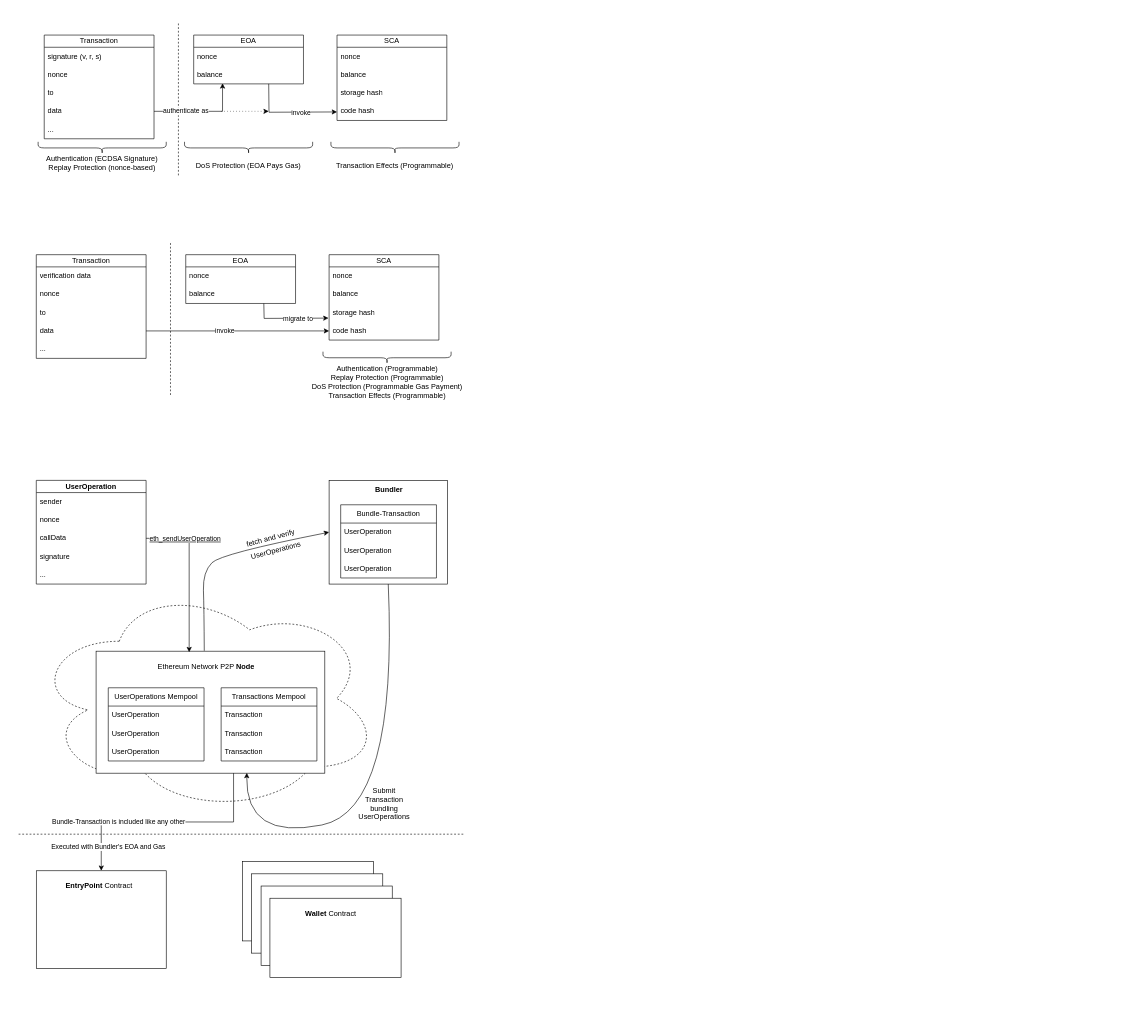
Before: docs/pages/posts/2025/10/22/diagrams.drawio in VentralDigital/website, a draw.io diagram. Source tidied: cells renumbered, new cells numbered last; positions are measured from the earlier drawing's top-left corner, leaving out a move shared by most shapes. Both pictures are drawn from the tidied source at 61%, with x=0, y=0 at pixel (10, 10).
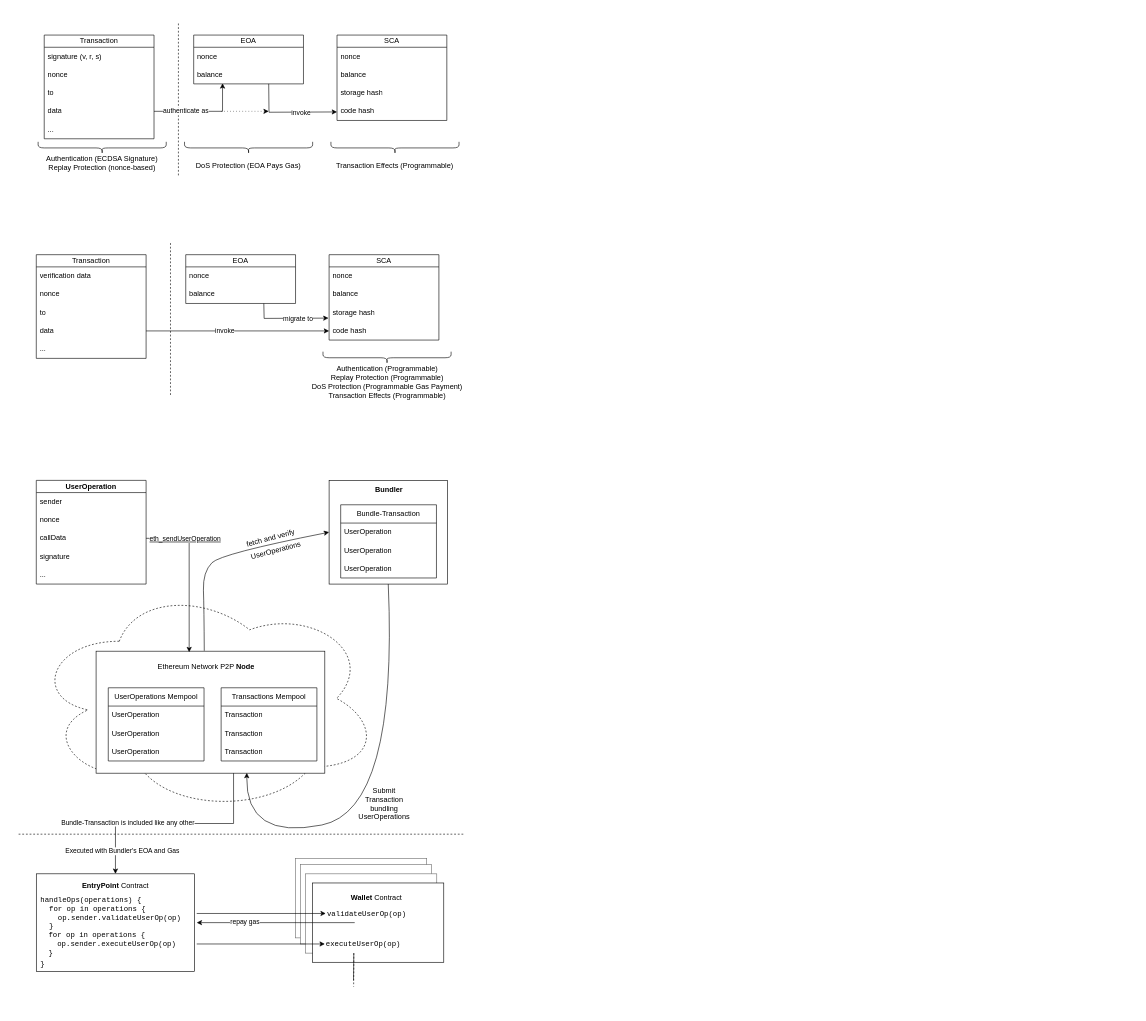
The same page after the edit.

What changed in the source:
```diff
@@
+    <mxCell id="7" style="rounded=0;whiteSpace=wrap;html=1;strokeColor=none;" parent="1" vertex="1">
+      <mxGeometry y="740" width="760" height="900" as="geometry" />
+    </mxCell>
@@
-    <mxCell id="7" style="rounded=0;whiteSpace=wrap;html=1;strokeColor=none;" parent="1" vertex="1">
-      <mxGeometry x="1085" y="640" width="760" height="690" as="geometry" />
-    </mxCell>
@@
     <mxCell id="86" style="rounded=0;whiteSpace=wrap;html=1;" parent="1" vertex="1">
-      <mxGeometry x="42" y="1410" width="213" height="160" as="geometry" />
+      <mxGeometry x="42" y="1415" width="259.5" height="160" as="geometry" />
     </mxCell>
     <mxCell id="87" value="&lt;b&gt;EntryPoint&lt;/b&gt; Contract" style="text;html=1;whiteSpace=wrap;strokeColor=none;fillColor=none;align=center;verticalAlign=middle;rounded=0;" parent="1" vertex="1">
-      <mxGeometry x="85" y="1420" width="120" height="30" as="geometry" />
+      <mxGeometry x="111.8" y="1420" width="120" height="30" as="geometry" />
     </mxCell>
-    <mxCell id="88" style="rounded=0;whiteSpace=wrap;html=1;" parent="1" vertex="1">
-      <mxGeometry x="380" y="1395" width="215" height="130" as="geometry" />
+    <mxCell id="88" style="rounded=0;whiteSpace=wrap;html=1;strokeColor=#6E6E6E;" parent="1" vertex="1">
+      <mxGeometry x="467" y="1390" width="215" height="130" as="geometry" />
     </mxCell>
-    <mxCell id="89" style="rounded=0;whiteSpace=wrap;html=1;" parent="1" vertex="1">
-      <mxGeometry x="395" y="1415" width="215" height="130" as="geometry" />
+    <mxCell id="89" style="rounded=0;whiteSpace=wrap;html=1;strokeColor=#6E6E6E;" parent="1" vertex="1">
+      <mxGeometry x="475" y="1400" width="215" height="130" as="geometry" />
     </mxCell>
-    <mxCell id="90" style="rounded=0;whiteSpace=wrap;html=1;" parent="1" vertex="1">
-      <mxGeometry x="410.5" y="1435" width="215" height="130" as="geometry" />
+    <mxCell id="90" style="rounded=0;whiteSpace=wrap;html=1;strokeColor=#6E6E6E;" parent="1" vertex="1">
+      <mxGeometry x="483.5" y="1415" width="215" height="130" as="geometry" />
     </mxCell>
     <mxCell id="91" style="rounded=0;whiteSpace=wrap;html=1;" parent="1" vertex="1">
-      <mxGeometry x="425" y="1455" width="215" height="130" as="geometry" />
+      <mxGeometry x="495" y="1430" width="215" height="130" as="geometry" />
     </mxCell>
     <mxCell id="92" value="&lt;b&gt;Wallet&lt;/b&gt; Contract" style="text;html=1;whiteSpace=wrap;strokeColor=none;fillColor=none;align=center;verticalAlign=middle;rounded=0;" parent="1" vertex="1">
-      <mxGeometry x="464.5" y="1465" width="120" height="30" as="geometry" />
+      <mxGeometry x="539.5" y="1440" width="120" height="30" as="geometry" />
     </mxCell>
+    <mxCell id="93" style="edgeStyle=orthogonalEdgeStyle;rounded=0;jettySize=auto;html=1;exitX=1;exitY=0.5;exitDx=0;exitDy=0;entryX=0;entryY=0.5;entryDx=0;entryDy=0;" parent="1" edge="1" source="94" target="99">
+      <mxGeometry relative="1" as="geometry" />
+    </mxCell>
+    <mxCell id="94" value="handleOps(operations) {&lt;div&gt;&amp;nbsp; for op in operations {&lt;/div&gt;&lt;div&gt;&amp;nbsp; &amp;nbsp; op.sender.validateUserOp(op)&lt;/div&gt;&lt;div&gt;&amp;nbsp; }&lt;/div&gt;" style="text;html=1;whiteSpace=wrap;strokeColor=none;fillColor=none;align=left;verticalAlign=middle;rounded=0;fontFamily=Courier New;" parent="1" vertex="1">
+      <mxGeometry x="47" y="1450" width="258" height="60" as="geometry" />
+    </mxCell>
+    <mxCell id="95" style="edgeStyle=orthogonalEdgeStyle;rounded=0;jettySize=auto;html=1;exitX=1;exitY=0.5;exitDx=0;exitDy=0;entryX=0;entryY=0.5;entryDx=0;entryDy=0;" parent="1" edge="1" source="96" target="102">
+      <mxGeometry relative="1" as="geometry" />
+    </mxCell>
+    <mxCell id="96" value="&lt;div style=&quot;font-family: &amp;quot;Courier New&amp;quot;;&quot;&gt;&amp;nbsp; for op in operations {&lt;/div&gt;&lt;div style=&quot;font-family: &amp;quot;Courier New&amp;quot;;&quot;&gt;&amp;nbsp; &amp;nbsp; op.sender.executeUserOp(op)&lt;/div&gt;&lt;div style=&quot;font-family: &amp;quot;Courier New&amp;quot;;&quot;&gt;&amp;nbsp; }&lt;/div&gt;" style="text;html=1;whiteSpace=wrap;strokeColor=none;fillColor=none;align=left;verticalAlign=middle;rounded=0;" parent="1" vertex="1">
+      <mxGeometry x="46.2" y="1496" width="258.8" height="68" as="geometry" />
+    </mxCell>
+    <mxCell id="97" style="edgeStyle=orthogonalEdgeStyle;rounded=0;jettySize=auto;html=1;exitX=0.25;exitY=1;exitDx=0;exitDy=0;entryX=1;entryY=0.75;entryDx=0;entryDy=0;" parent="1" edge="1" source="99" target="94">
+      <mxGeometry relative="1" as="geometry">
+        <Array as="points">
+          <mxPoint x="495" y="1495" />
+          <mxPoint x="495" y="1495" />
+        </Array>
+      </mxGeometry>
+    </mxCell>
+    <mxCell id="98" value="repay gas" style="edgeLabel;html=1;align=center;verticalAlign=middle;" parent="97" vertex="1">
+      <mxGeometry x="0.4" y="-2" relative="1" as="geometry" />
+    </mxCell>
+    <mxCell id="99" value="&lt;span style=&quot;font-family: &amp;quot;Courier New&amp;quot;;&quot;&gt;validateUserOp(op)&lt;/span&gt;" style="text;html=1;whiteSpace=wrap;strokeColor=none;fillColor=none;align=left;verticalAlign=middle;rounded=0;" parent="1" vertex="1">
+      <mxGeometry x="516.5" y="1465" width="190" height="30" as="geometry" />
+    </mxCell>
+    <mxCell id="100" style="edgeStyle=orthogonalEdgeStyle;rounded=0;jettySize=auto;html=1;exitX=0.25;exitY=1;exitDx=0;exitDy=0;endArrow=none;endFill=0;" parent="1" edge="1" source="102">
+      <mxGeometry relative="1" as="geometry">
+        <mxPoint x="562" y="1590" as="targetPoint" />
+      </mxGeometry>
+    </mxCell>
+    <mxCell id="101" style="edgeStyle=orthogonalEdgeStyle;rounded=0;jettySize=auto;html=1;exitX=0.25;exitY=1;exitDx=0;exitDy=0;endArrow=none;endFill=0;dashed=1;" parent="1" edge="1" source="102">
+      <mxGeometry relative="1" as="geometry">
+        <mxPoint x="562.2" y="1600" as="targetPoint" />
+      </mxGeometry>
+    </mxCell>
+    <mxCell id="102" value="&lt;span style=&quot;font-family: &amp;quot;Courier New&amp;quot;;&quot;&gt;executeUserOp(op)&lt;/span&gt;" style="text;html=1;whiteSpace=wrap;strokeColor=none;fillColor=none;align=left;verticalAlign=middle;rounded=0;" parent="1" vertex="1">
+      <mxGeometry x="515" y="1515" width="190" height="30" as="geometry" />
+    </mxCell>
+    <mxCell id="103" value="&lt;div style=&quot;font-family: &amp;quot;Courier New&amp;quot;;&quot;&gt;}&lt;/div&gt;" style="text;html=1;whiteSpace=wrap;strokeColor=none;fillColor=none;align=left;verticalAlign=middle;rounded=0;" parent="1" vertex="1">
+      <mxGeometry x="47" y="1550" width="200" height="25" as="geometry" />
+    </mxCell>
```
